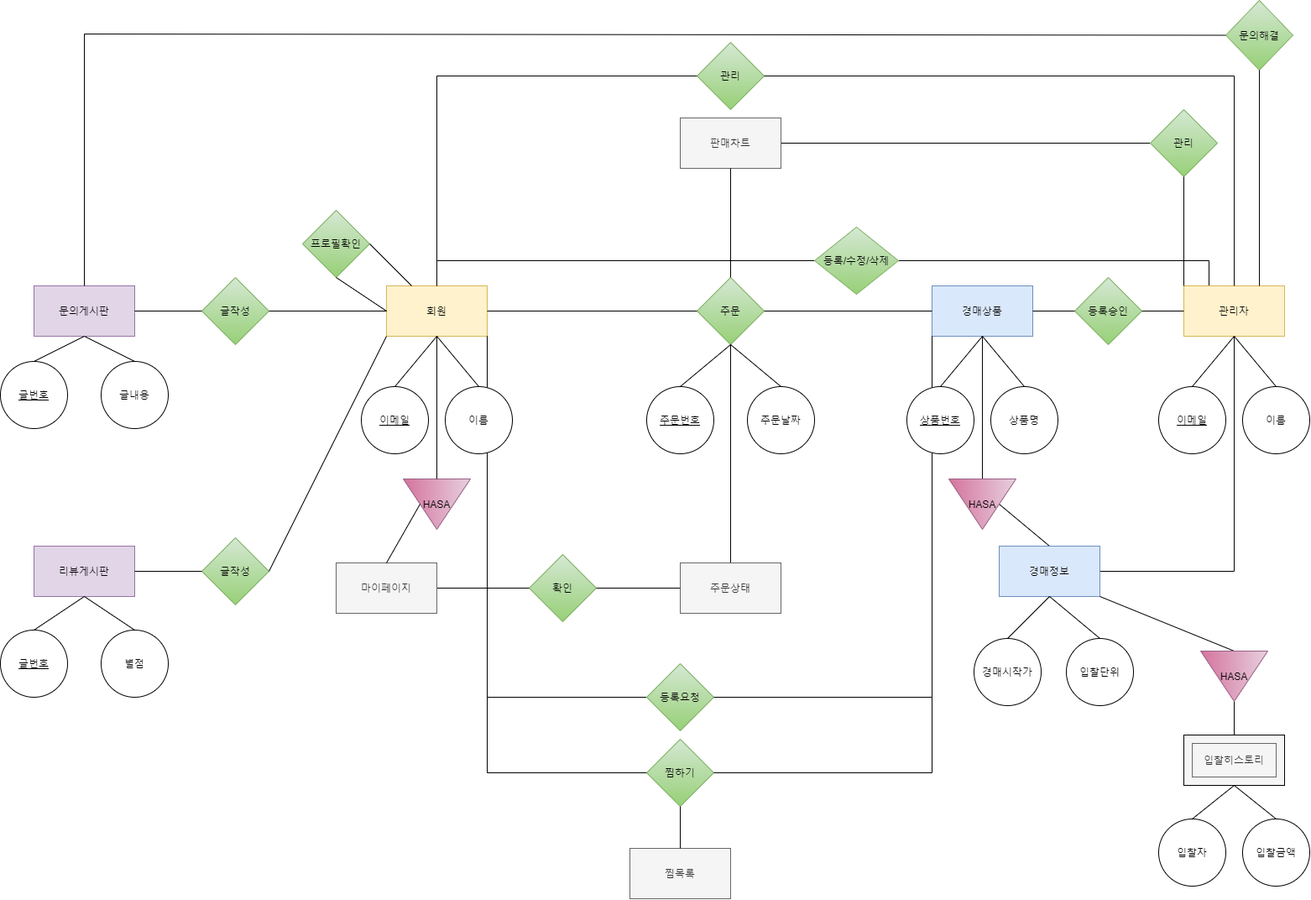
Earlier version of the draw.io export ERD_2th_bibi.png (gombibi/proj3_doc). Source tidied: cells renumbered, new cells last; positions are measured from the earlier drawing's top-left corner, leaving out a move shared by most shapes.
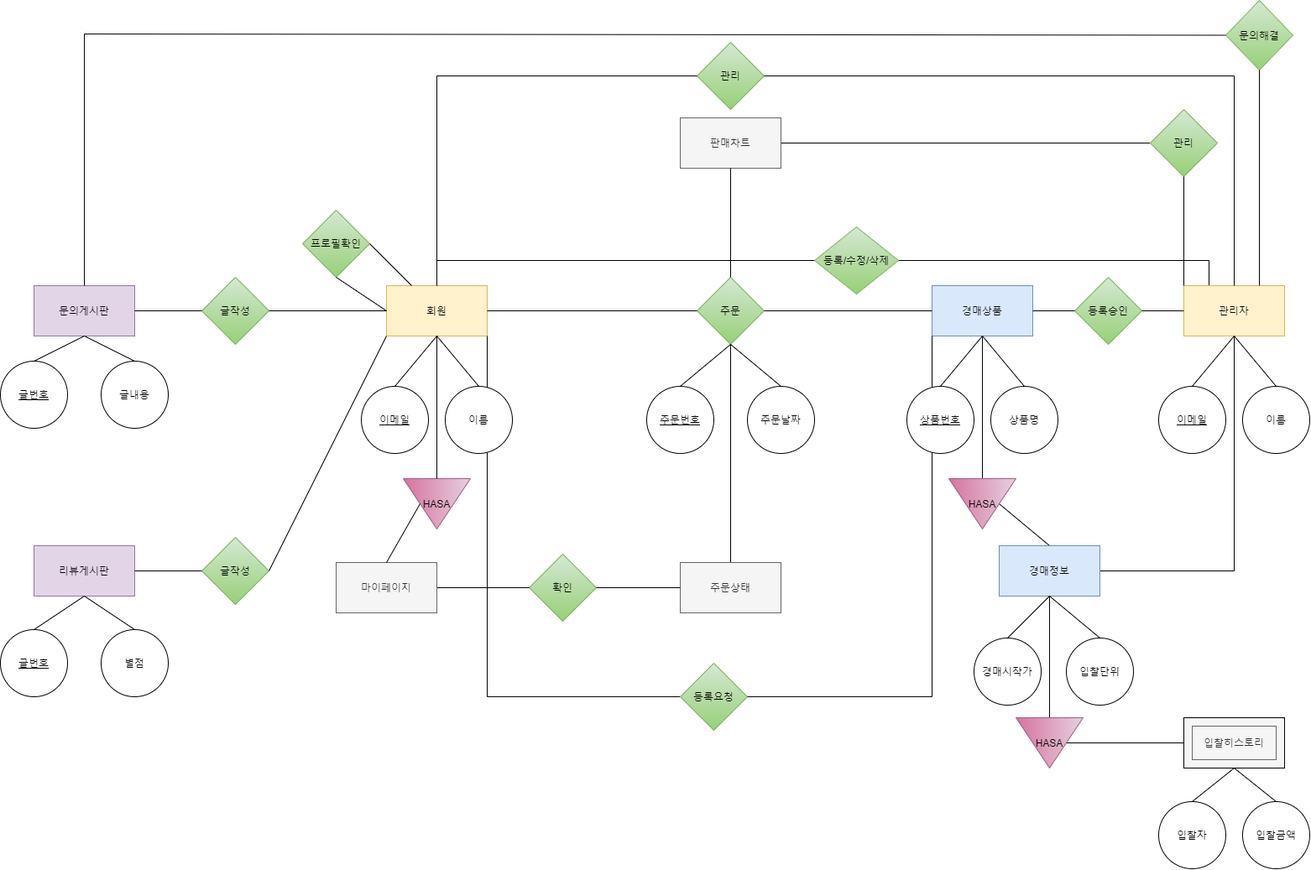
After the commit.

What changed in the source:
```diff
@@ -137,7 +137,7 @@
       <mxGeometry x="1280" y="330" width="80" height="80" as="geometry" />
     </mxCell>
     <mxCell id="42" value="등록요청" style="rhombus;whiteSpace=wrap;html=1;fillColor=#d5e8d4;strokeColor=#82b366;gradientColor=#97d077;" parent="1" vertex="1">
-      <mxGeometry x="770" y="790" width="80" height="80" as="geometry" />
+      <mxGeometry x="810" y="790" width="80" height="80" as="geometry" />
     </mxCell>
     <mxCell id="43" style="endArrow=none;html=1;rounded=0;entryX=0;entryY=1;entryDx=0;entryDy=0;exitX=1;exitY=0.5;exitDx=0;exitDy=0;" parent="1" edge="1" source="42" target="3">
       <mxGeometry relative="1" as="geometry">
@@ -150,7 +150,7 @@
       <mxGeometry relative="1" as="geometry" />
     </mxCell>
     <mxCell id="45" style="rounded=0;whiteSpace=wrap;html=1;fillColor=#f5f5f5;fontColor=#333333;strokeColor=default;" parent="1" vertex="1">
-      <mxGeometry x="1410" y="875" width="120" height="60" as="geometry" />
+      <mxGeometry x="1410" y="855" width="120" height="60" as="geometry" />
     </mxCell>
     <mxCell id="46" value="문의게시판" style="rounded=0;whiteSpace=wrap;html=1;fillColor=#e1d5e7;strokeColor=#9673a6;" parent="1" vertex="1">
       <mxGeometry x="40" y="340" width="120" height="60" as="geometry" />
@@ -230,19 +230,17 @@
         </Array>
       </mxGeometry>
     </mxCell>
-    <mxCell id="66" style="endArrow=none;html=1;rounded=0;entryX=1;entryY=1;entryDx=0;entryDy=0;exitX=0;exitY=0.5;exitDx=0;exitDy=0;" parent="1" edge="1" source="72" target="34">
+    <mxCell id="66" style="endArrow=none;html=1;rounded=0;entryX=0.5;entryY=1;entryDx=0;entryDy=0;exitX=0;exitY=0.5;exitDx=0;exitDy=0;" parent="1" edge="1" source="72" target="34">
       <mxGeometry relative="1" as="geometry" />
     </mxCell>
-    <mxCell id="67" style="endArrow=none;html=1;rounded=0;entryX=0.5;entryY=1;entryDx=0;entryDy=0;exitX=0.5;exitY=0;exitDx=0;exitDy=0;" parent="1" edge="1" source="45">
-      <mxGeometry relative="1" as="geometry">
-        <mxPoint x="1470" y="835" as="targetPoint" />
-      </mxGeometry>
+    <mxCell id="67" style="endArrow=none;html=1;rounded=0;entryX=0.5;entryY=0;entryDx=0;entryDy=0;exitX=0;exitY=0.5;exitDx=0;exitDy=0;" parent="1" edge="1" source="45" target="72">
+      <mxGeometry relative="1" as="geometry" />
     </mxCell>
     <mxCell id="68" value="입찰자" style="ellipse;whiteSpace=wrap;html=1;" parent="1" vertex="1">
-      <mxGeometry x="1380" y="975" width="80" height="80" as="geometry" />
+      <mxGeometry x="1380" y="955" width="80" height="80" as="geometry" />
     </mxCell>
     <mxCell id="69" value="입찰금액" style="ellipse;whiteSpace=wrap;html=1;" parent="1" vertex="1">
-      <mxGeometry x="1480" y="975" width="80" height="80" as="geometry" />
+      <mxGeometry x="1480" y="955" width="80" height="80" as="geometry" />
     </mxCell>
     <mxCell id="70" style="endArrow=none;html=1;rounded=0;entryX=0.5;entryY=1;entryDx=0;entryDy=0;exitX=0.5;exitY=0;exitDx=0;exitDy=0;" parent="1" edge="1" source="68" target="45">
       <mxGeometry relative="1" as="geometry" />
@@ -251,10 +249,10 @@
       <mxGeometry relative="1" as="geometry" />
     </mxCell>
     <mxCell id="72" value="HASA" style="triangle;whiteSpace=wrap;html=1;direction=south;fillColor=#e6d0de;gradientColor=#d5739d;strokeColor=#996185;" parent="1" vertex="1">
-      <mxGeometry x="1430" y="775" width="80" height="60" as="geometry" />
+      <mxGeometry x="1210" y="855" width="80" height="60" as="geometry" />
     </mxCell>
     <mxCell id="73" value="&lt;span style=&quot;color: rgb(51 , 51 , 51)&quot;&gt;입찰히스토리&lt;/span&gt;" style="rounded=0;whiteSpace=wrap;html=1;strokeColor=#666666;fillColor=#f5f5f5;fontColor=#333333;" parent="1" vertex="1">
-      <mxGeometry x="1420" y="885" width="100" height="40" as="geometry" />
+      <mxGeometry x="1420" y="865" width="100" height="40" as="geometry" />
     </mxCell>
     <mxCell id="74" value="확인" style="rhombus;whiteSpace=wrap;html=1;fillColor=#d5e8d4;strokeColor=#82b366;gradientColor=#97d077;" parent="1" vertex="1">
       <mxGeometry x="630" y="660" width="80" height="80" as="geometry" />
@@ -274,29 +272,6 @@
     <mxCell id="79" style="endArrow=none;html=1;rounded=0;exitX=0;exitY=0.5;exitDx=0;exitDy=0;entryX=1;entryY=0.5;entryDx=0;entryDy=0;" parent="1" edge="1" source="19" target="41">
       <mxGeometry relative="1" as="geometry" />
     </mxCell>
-    <mxCell id="80" value="찜하기" style="rhombus;whiteSpace=wrap;html=1;fillColor=#d5e8d4;strokeColor=#82b366;gradientColor=#97d077;" parent="1" vertex="1">
-      <mxGeometry x="770" y="880" width="80" height="80" as="geometry" />
-    </mxCell>
-    <mxCell id="81" style="endArrow=none;html=1;rounded=0;exitX=0;exitY=0.5;exitDx=0;exitDy=0;entryX=1;entryY=1;entryDx=0;entryDy=0;" parent="1" edge="1" source="80" target="2">
-      <mxGeometry relative="1" as="geometry">
-        <Array as="points">
-          <mxPoint x="580" y="920" />
-        </Array>
-      </mxGeometry>
-    </mxCell>
-    <mxCell id="82" style="endArrow=none;html=1;rounded=0;entryX=0;entryY=1;entryDx=0;entryDy=0;exitX=1;exitY=0.5;exitDx=0;exitDy=0;" parent="1" edge="1" source="80" target="3">
-      <mxGeometry relative="1" as="geometry">
-        <Array as="points">
-          <mxPoint x="1110" y="920" />
-        </Array>
-      </mxGeometry>
-    </mxCell>
-    <mxCell id="83" value="찜목록" style="rounded=0;whiteSpace=wrap;html=1;fillColor=#f5f5f5;strokeColor=#666666;fontColor=#333333;" parent="1" vertex="1">
-      <mxGeometry x="750" y="1010" width="120" height="60" as="geometry" />
-    </mxCell>
-    <mxCell id="84" style="endArrow=none;html=1;rounded=0;entryX=0.5;entryY=1;entryDx=0;entryDy=0;" parent="1" edge="1" source="83" target="80">
-      <mxGeometry relative="1" as="geometry" />
-    </mxCell>
     <mxCell id="85" value="&lt;u&gt;상품번호&lt;/u&gt;" style="ellipse;whiteSpace=wrap;html=1;" parent="1" vertex="1">
       <mxGeometry x="1080" y="460" width="80" height="80" as="geometry" />
     </mxCell>
```
